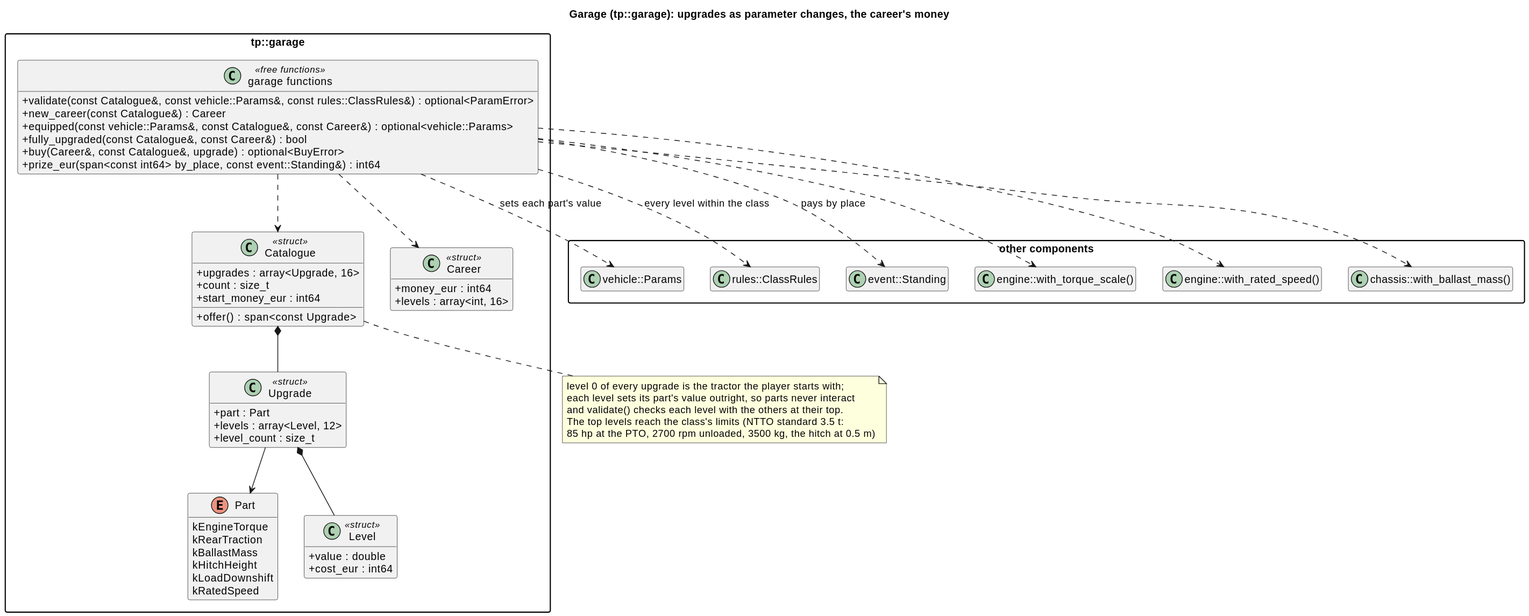
Earlier version of the PlantUML export docs/diagrams/svg/garage_classes.svg (wversteeg/TractorPulling).
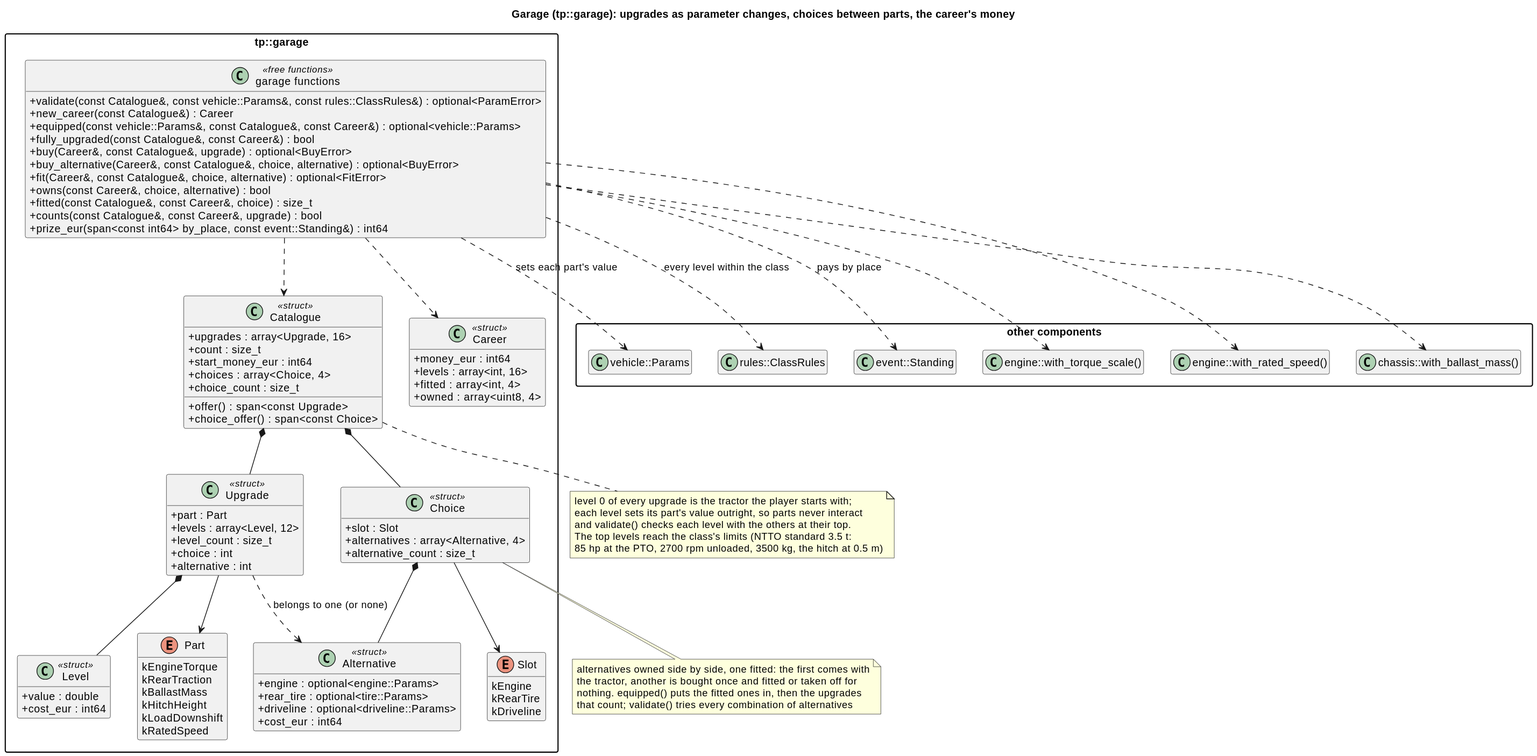
After the change.

The edit, as a diff of the source:
```diff
@@ -1,5 +1,5 @@
 @startuml
-title Garage (tp::garage): upgrades as parameter changes, the career's money
+title Garage (tp::garage): upgrades as parameter changes, choices between parts, the career's money
 hide empty members
 skinparam packageStyle rectangle
 skinparam classAttributeIconSize 0
@@ -30,16 +30,39 @@
     +part : Part
     +levels : array<Level, 12>
     +level_count : size_t
+    +choice : int
+    +alternative : int
+  }
+  enum Slot {
+    kEngine
+    kRearTire
+    kDriveline
+  }
+  class Alternative <<struct>> {
+    +engine : optional<engine::Params>
+    +rear_tire : optional<tire::Params>
+    +driveline : optional<driveline::Params>
+    +cost_eur : int64
+  }
+  class Choice <<struct>> {
+    +slot : Slot
+    +alternatives : array<Alternative, 4>
+    +alternative_count : size_t
   }
   class Catalogue <<struct>> {
     +upgrades : array<Upgrade, 16>
     +count : size_t
     +start_money_eur : int64
+    +choices : array<Choice, 4>
+    +choice_count : size_t
     +offer() : span<const Upgrade>
+    +choice_offer() : span<const Choice>
   }
   class Career <<struct>> {
     +money_eur : int64
     +levels : array<int, 16>
+    +fitted : array<int, 4>
+    +owned : array<uint8, 4>
   }
   class "garage functions" as GarageFns <<free functions>> {
     +validate(const Catalogue&, const vehicle::Params&, const rules::ClassRules&) : optional<ParamError>
@@ -47,11 +70,20 @@
     +equipped(const vehicle::Params&, const Catalogue&, const Career&) : optional<vehicle::Params>
     +fully_upgraded(const Catalogue&, const Career&) : bool
     +buy(Career&, const Catalogue&, upgrade) : optional<BuyError>
+    +buy_alternative(Career&, const Catalogue&, choice, alternative) : optional<BuyError>
+    +fit(Career&, const Catalogue&, choice, alternative) : optional<FitError>
+    +owns(const Career&, choice, alternative) : bool
+    +fitted(const Catalogue&, const Career&, choice) : size_t
+    +counts(const Catalogue&, const Career&, upgrade) : bool
     +prize_eur(span<const int64> by_place, const event::Standing&) : int64
   }
   Catalogue *-- Upgrade
+  Catalogue *-- Choice
+  Choice *-- Alternative
+  Choice --> Slot
   Upgrade *-- Level
   Upgrade --> Part
+  Upgrade ..> Alternative : belongs to one (or none)
   GarageFns ..> Catalogue
   GarageFns ..> Career
 }
@@ -68,4 +100,10 @@
   The top levels reach the class's limits (NTTO standard 3.5 t:
   85 hp at the PTO, 2700 rpm unloaded, 3500 kg, the hitch at 0.5 m)
 end note
+note bottom of Choice
+  alternatives owned side by side, one fitted: the first comes with
+  the tractor, another is bought once and fitted or taken off for
+  nothing. equipped() puts the fitted ones in, then the upgrades
+  that count; validate() tries every combination of alternatives
+end note
 @enduml
```
